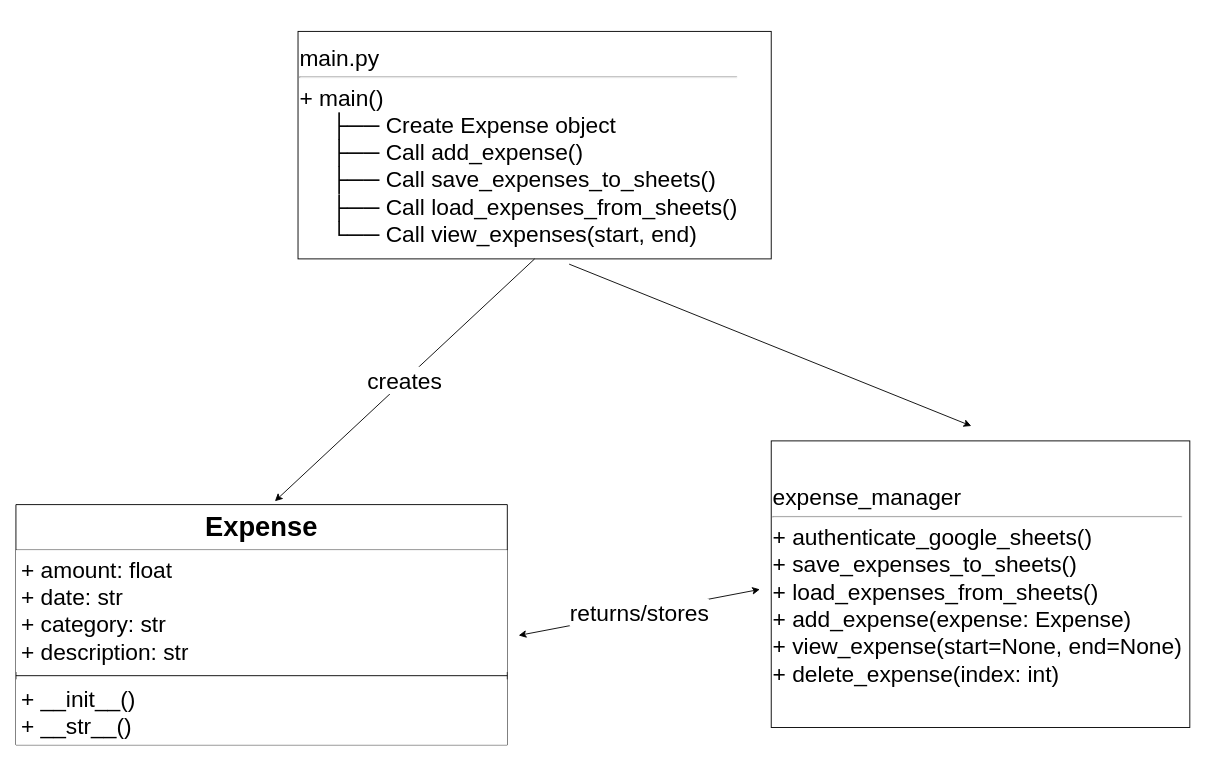
This is diagrams/UMLdiagram.drawio from COSC381-2025Winter/lab13-sprint-expensetracker1-0, a draw.io file, before an edit. Source tidied: cells renumbered, new cells numbered last; positions are measured from the earlier drawing's top-left corner, leaving out a move shared by most shapes. Both pictures are drawn from the tidied source at 91%, with x=0, y=0 at pixel (15, 31).
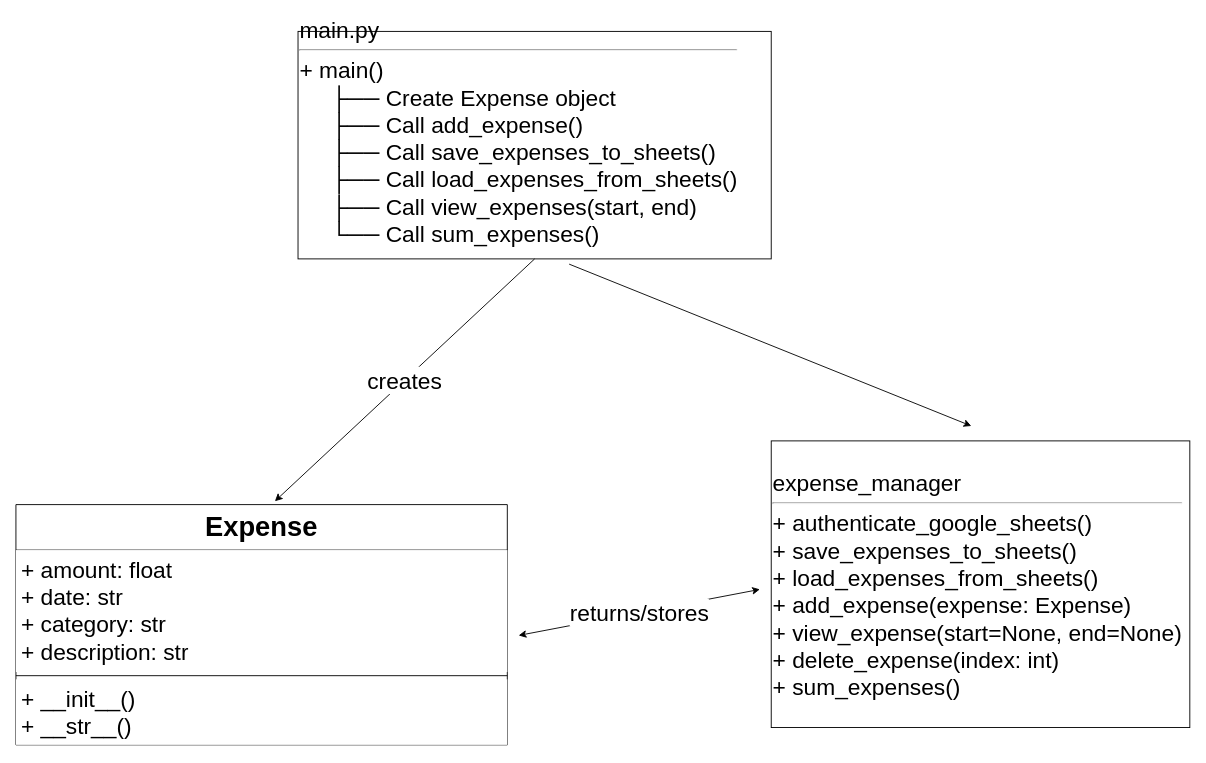
Above is the later version.

Commit message (it also covers changes not shown here):
added new function for sum of expenses

Change to the diagram source:
```diff
@@
 <mxGraphModel background="light-dark(#FFFFFF,#000000)">
   <root>
     <mxCell id="0" />
     <mxCell id="1" parent="0" />
     <mxCell id="2" value="&lt;font style=&quot;font-size: 30px;&quot;&gt;Expense&lt;/font&gt;" style="swimlane;fontStyle=1;align=center;verticalAlign=top;horizontal=1;startSize=50;whiteSpace=wrap;html=1;" parent="1" vertex="1">
       <mxGeometry y="520" width="540" height="264" as="geometry" />
     </mxCell>
     <mxCell id="3" value="&lt;font style=&quot;font-size: 25px;&quot;&gt;+ amount: float&lt;/font&gt;&lt;div&gt;&lt;font style=&quot;font-size: 25px;&quot;&gt;+ date: str&lt;br&gt;+ category: str&lt;/font&gt;&lt;/div&gt;&lt;div&gt;&lt;font style=&quot;font-size: 25px;&quot;&gt;+ description: str&lt;/font&gt;&lt;/div&gt;" style="text;align=left;verticalAlign=top;spacingLeft=4;spacingRight=4;overflow=hidden;points=[[0,0.5],[1,0.5]];portConstraint=eastwest;whiteSpace=wrap;html=1;fillColor=default;" parent="2" vertex="1">
       <mxGeometry y="50" width="540" height="134" as="geometry" />
     </mxCell>
     <mxCell id="4" style="line;strokeWidth=1;fillColor=none;align=left;verticalAlign=middle;spacingTop=-1;spacingLeft=3;spacingRight=3;labelPosition=right;strokeColor=inherit;" parent="2" vertex="1">
       <mxGeometry y="184" width="540" height="8" as="geometry" />
     </mxCell>
     <mxCell id="5" value="&lt;font style=&quot;font-size: 25px;&quot;&gt;+ __init__()&lt;/font&gt;&lt;div&gt;&lt;font style=&quot;font-size: 25px;&quot;&gt;+ __str__()&lt;/font&gt;&lt;/div&gt;" style="text;strokeColor=none;fillColor=default;align=left;verticalAlign=top;spacingLeft=4;spacingRight=4;overflow=hidden;whiteSpace=wrap;html=1;" parent="2" vertex="1">
       <mxGeometry y="192" width="540" height="72" as="geometry" />
     </mxCell>
-    <mxCell id="6" value="&lt;div style=&quot;&quot;&gt;&lt;span style=&quot;background-color: transparent; color: light-dark(rgb(0, 0, 0), rgb(255, 255, 255));&quot;&gt;&lt;font style=&quot;font-size: 25px;&quot;&gt;expense_manager&lt;/font&gt;&lt;/span&gt;&lt;/div&gt;&lt;div style=&quot;&quot;&gt;&lt;hr&gt;&lt;/div&gt;&lt;div style=&quot;&quot;&gt;&lt;span style=&quot;background-color: transparent; color: light-dark(rgb(0, 0, 0), rgb(255, 255, 255));&quot;&gt;&lt;font style=&quot;font-size: 25px;&quot;&gt;+ authenticate_google_sheets()&lt;/font&gt;&lt;/span&gt;&lt;/div&gt;&lt;div style=&quot;&quot;&gt;&lt;span style=&quot;background-color: transparent; color: light-dark(rgb(0, 0, 0), rgb(255, 255, 255));&quot;&gt;&lt;font style=&quot;font-size: 25px;&quot;&gt;+ save_expenses_to_sheets()&lt;/font&gt;&lt;/span&gt;&lt;/div&gt;&lt;div style=&quot;&quot;&gt;&lt;span style=&quot;background-color: transparent; color: light-dark(rgb(0, 0, 0), rgb(255, 255, 255));&quot;&gt;&lt;font style=&quot;font-size: 25px;&quot;&gt;+ load_expenses_from_sheets()&lt;/font&gt;&lt;/span&gt;&lt;/div&gt;&lt;div style=&quot;&quot;&gt;&lt;span style=&quot;background-color: transparent; color: light-dark(rgb(0, 0, 0), rgb(255, 255, 255));&quot;&gt;&lt;font style=&quot;font-size: 25px;&quot;&gt;+ add_expense(expense: Expense)&lt;/font&gt;&lt;/span&gt;&lt;/div&gt;&lt;div style=&quot;&quot;&gt;&lt;span style=&quot;background-color: transparent; color: light-dark(rgb(0, 0, 0), rgb(255, 255, 255));&quot;&gt;&lt;font style=&quot;font-size: 25px;&quot;&gt;+ view_expense(start=None, end=None)&lt;/font&gt;&lt;/span&gt;&lt;/div&gt;&lt;div style=&quot;&quot;&gt;&lt;span style=&quot;background-color: transparent; color: light-dark(rgb(0, 0, 0), rgb(255, 255, 255));&quot;&gt;&lt;font style=&quot;font-size: 25px;&quot;&gt;+ delete_expense(index: int)&lt;/font&gt;&lt;/span&gt;&lt;/div&gt;" style="rounded=0;whiteSpace=wrap;html=1;align=left;" parent="1" vertex="1">
+    <mxCell id="6" value="&lt;div style=&quot;&quot;&gt;&lt;span style=&quot;background-color: transparent; color: light-dark(rgb(0, 0, 0), rgb(255, 255, 255));&quot;&gt;&lt;font style=&quot;font-size: 25px;&quot;&gt;expense_manager&lt;/font&gt;&lt;/span&gt;&lt;/div&gt;&lt;div style=&quot;&quot;&gt;&lt;hr&gt;&lt;/div&gt;&lt;div style=&quot;&quot;&gt;&lt;span style=&quot;background-color: transparent; color: light-dark(rgb(0, 0, 0), rgb(255, 255, 255));&quot;&gt;&lt;font style=&quot;font-size: 25px;&quot;&gt;+ authenticate_google_sheets()&lt;/font&gt;&lt;/span&gt;&lt;/div&gt;&lt;div style=&quot;&quot;&gt;&lt;span style=&quot;background-color: transparent; color: light-dark(rgb(0, 0, 0), rgb(255, 255, 255));&quot;&gt;&lt;font style=&quot;font-size: 25px;&quot;&gt;+ save_expenses_to_sheets()&lt;/font&gt;&lt;/span&gt;&lt;/div&gt;&lt;div style=&quot;&quot;&gt;&lt;span style=&quot;background-color: transparent; color: light-dark(rgb(0, 0, 0), rgb(255, 255, 255));&quot;&gt;&lt;font style=&quot;font-size: 25px;&quot;&gt;+ load_expenses_from_sheets()&lt;/font&gt;&lt;/span&gt;&lt;/div&gt;&lt;div style=&quot;&quot;&gt;&lt;span style=&quot;background-color: transparent; color: light-dark(rgb(0, 0, 0), rgb(255, 255, 255));&quot;&gt;&lt;font style=&quot;font-size: 25px;&quot;&gt;+ add_expense(expense: Expense)&lt;/font&gt;&lt;/span&gt;&lt;/div&gt;&lt;div style=&quot;&quot;&gt;&lt;span style=&quot;background-color: transparent; color: light-dark(rgb(0, 0, 0), rgb(255, 255, 255));&quot;&gt;&lt;font style=&quot;font-size: 25px;&quot;&gt;+ view_expense(start=None, end=None)&lt;/font&gt;&lt;/span&gt;&lt;/div&gt;&lt;div style=&quot;&quot;&gt;&lt;span style=&quot;background-color: transparent; color: light-dark(rgb(0, 0, 0), rgb(255, 255, 255));&quot;&gt;&lt;font style=&quot;font-size: 25px;&quot;&gt;+ delete_expense(index: int)&lt;/font&gt;&lt;/span&gt;&lt;/div&gt;&lt;div style=&quot;&quot;&gt;&lt;span style=&quot;background-color: transparent; color: light-dark(rgb(0, 0, 0), rgb(255, 255, 255));&quot;&gt;&lt;font style=&quot;font-size: 25px;&quot;&gt;+ sum_expenses()&lt;/font&gt;&lt;/span&gt;&lt;/div&gt;" style="rounded=0;whiteSpace=wrap;html=1;align=left;" parent="1" vertex="1">
       <mxGeometry x="830" y="450" width="460" height="315" as="geometry" />
     </mxCell>
-    <mxCell id="7" value="&lt;font style=&quot;font-size: 25px;&quot;&gt;main.py&lt;/font&gt;&lt;div&gt;&lt;hr&gt;&lt;/div&gt;&lt;div&gt;&lt;font style=&quot;font-size: 25px;&quot;&gt;+ main()&lt;/font&gt;&lt;/div&gt;&lt;div&gt;&lt;span style=&quot;background-color: transparent;&quot;&gt;&lt;font style=&quot;font-size: 25px;&quot;&gt;&amp;nbsp; &amp;nbsp; &amp;nbsp;├── Create Expense object&lt;/font&gt;&lt;/span&gt;&lt;/div&gt;&lt;div&gt;&lt;font style=&quot;font-size: 25px;&quot;&gt;&lt;span style=&quot;background-color: transparent;&quot;&gt;&amp;nbsp; &amp;nbsp; &amp;nbsp;├── Call add_expense()&lt;/span&gt;&lt;br&gt;&lt;/font&gt;&lt;/div&gt;&lt;div&gt;&lt;span style=&quot;background-color: transparent;&quot;&gt;&lt;font style=&quot;font-size: 25px;&quot;&gt;&amp;nbsp; &amp;nbsp; &amp;nbsp;├── Call save_expenses_to_sheets()&lt;/font&gt;&lt;/span&gt;&lt;/div&gt;&lt;div&gt;&lt;span style=&quot;background-color: transparent;&quot;&gt;&lt;font style=&quot;font-size: 25px;&quot;&gt;&amp;nbsp; &amp;nbsp; &amp;nbsp;├── Call load_expenses_from_sheets()&lt;/font&gt;&lt;/span&gt;&lt;/div&gt;&lt;div&gt;&lt;span style=&quot;background-color: transparent;&quot;&gt;&lt;font style=&quot;font-size: 25px;&quot;&gt;&amp;nbsp; &amp;nbsp; &amp;nbsp;└──&amp;nbsp;Call view_expenses(start, end)&lt;/font&gt;&lt;/span&gt;&lt;/div&gt;" style="rounded=0;whiteSpace=wrap;html=1;align=left;" parent="1" vertex="1">
+    <mxCell id="7" value="&lt;font style=&quot;font-size: 25px;&quot;&gt;main.py&lt;/font&gt;&lt;div&gt;&lt;hr&gt;&lt;/div&gt;&lt;div&gt;&lt;font style=&quot;font-size: 25px;&quot;&gt;+ main()&lt;/font&gt;&lt;/div&gt;&lt;div&gt;&lt;span style=&quot;background-color: transparent;&quot;&gt;&lt;font style=&quot;font-size: 25px;&quot;&gt;&amp;nbsp; &amp;nbsp; &amp;nbsp;├── Create Expense object&lt;/font&gt;&lt;/span&gt;&lt;/div&gt;&lt;div&gt;&lt;font style=&quot;font-size: 25px;&quot;&gt;&lt;span style=&quot;background-color: transparent;&quot;&gt;&amp;nbsp; &amp;nbsp; &amp;nbsp;├── Call add_expense()&lt;/span&gt;&lt;br&gt;&lt;/font&gt;&lt;/div&gt;&lt;div&gt;&lt;span style=&quot;background-color: transparent;&quot;&gt;&lt;font style=&quot;font-size: 25px;&quot;&gt;&amp;nbsp; &amp;nbsp; &amp;nbsp;├── Call save_expenses_to_sheets()&lt;/font&gt;&lt;/span&gt;&lt;/div&gt;&lt;div&gt;&lt;span style=&quot;background-color: transparent;&quot;&gt;&lt;font style=&quot;font-size: 25px;&quot;&gt;&amp;nbsp; &amp;nbsp; &amp;nbsp;├── Call load_expenses_from_sheets()&lt;/font&gt;&lt;/span&gt;&lt;/div&gt;&lt;div&gt;&lt;span style=&quot;font-size: 25px;&quot;&gt;&amp;nbsp; &amp;nbsp; &amp;nbsp;├──&amp;nbsp;&lt;/span&gt;&lt;span style=&quot;background-color: transparent;&quot;&gt;&lt;font style=&quot;font-size: 25px;&quot;&gt;&lt;/font&gt;&lt;/span&gt;&lt;span style=&quot;font-size: 25px; background-color: transparent; color: light-dark(rgb(0, 0, 0), rgb(255, 255, 255));&quot;&gt;Call view_expenses(start, end)&lt;/span&gt;&lt;/div&gt;&lt;div&gt;&lt;span style=&quot;background-color: transparent;&quot;&gt;&lt;font style=&quot;font-size: 25px;&quot;&gt;&amp;nbsp; &amp;nbsp; &amp;nbsp;└──&amp;nbsp;Call sum_expenses()&lt;/font&gt;&lt;/span&gt;&lt;/div&gt;&lt;div&gt;&lt;span style=&quot;background-color: transparent;&quot;&gt;&lt;font style=&quot;font-size: 25px;&quot;&gt;&lt;br&gt;&lt;/font&gt;&lt;/span&gt;&lt;/div&gt;" style="rounded=0;whiteSpace=wrap;html=1;align=left;" parent="1" vertex="1">
       <mxGeometry x="310" width="520" height="250" as="geometry" />
     </mxCell>
     <mxCell id="8" value="creates" style="endArrow=classic;html=1;rounded=0;exitX=0.5;exitY=1;exitDx=0;exitDy=0;entryX=0.527;entryY=-0.014;entryDx=0;entryDy=0;entryPerimeter=0;fontSize=25;" parent="1" edge="1" source="7" target="2">
       <mxGeometry relative="1" as="geometry" />
     </mxCell>
     <mxCell id="9" style="endArrow=classic;html=1;rounded=0;exitX=0.573;exitY=1.023;exitDx=0;exitDy=0;exitPerimeter=0;entryX=0.478;entryY=-0.052;entryDx=0;entryDy=0;entryPerimeter=0;" parent="1" edge="1" source="7" target="6">
       <mxGeometry relative="1" as="geometry" />
     </mxCell>
     <mxCell id="10" value="returns/stores" style="endArrow=classic;startArrow=classic;html=1;rounded=0;exitX=1.023;exitY=0.7;exitDx=0;exitDy=0;exitPerimeter=0;entryX=-0.027;entryY=0.518;entryDx=0;entryDy=0;entryPerimeter=0;fontSize=25;" parent="1" edge="1" source="3" target="6">
       <mxGeometry relative="1" as="geometry" />
     </mxCell>
   </root>
 </mxGraphModel>
```
